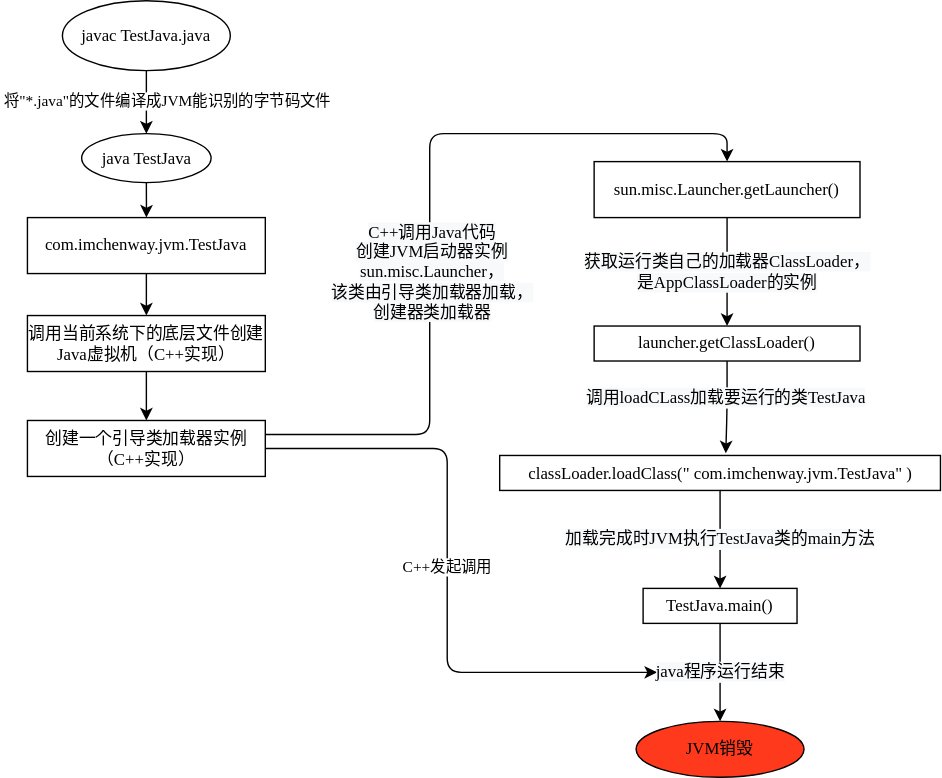
Above: private/javaCli.drawio.svg in imchenway/imchenway.github.io (draw.io), before the change. Source tidied: cells renumbered, new cells last; positions are measured from the earlier drawing's top-left corner, leaving out a move shared by most shapes.
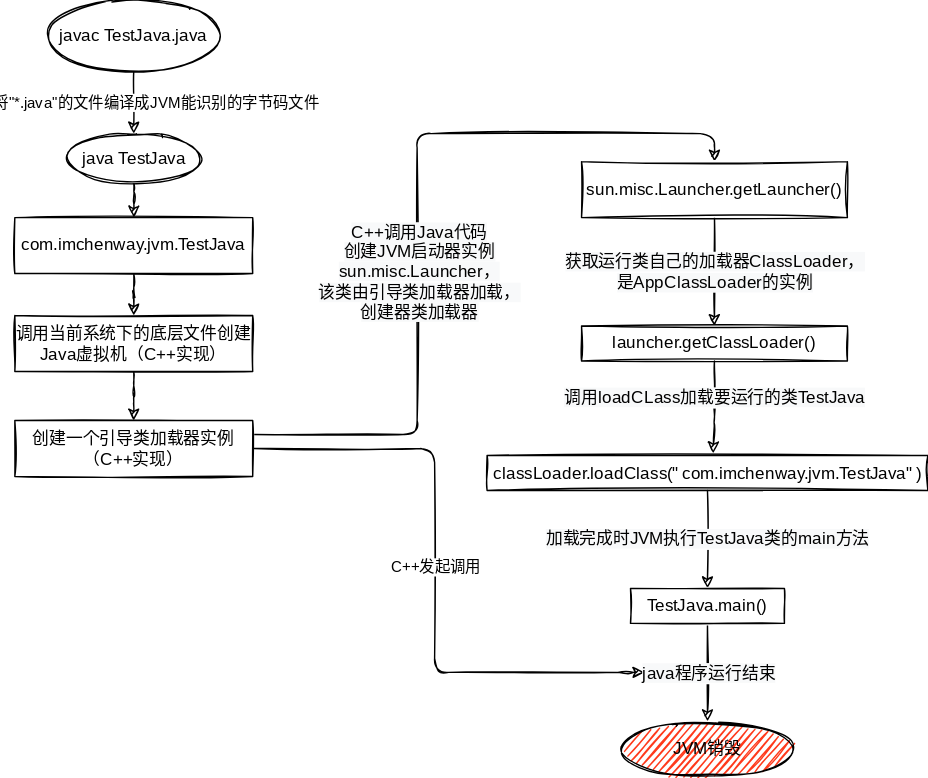
After the change.

Change to the diagram source:
```diff
@@ -2,19 +2,19 @@
   <root>
     <mxCell id="0" />
     <mxCell id="1" parent="0" />
-    <mxCell id="2" style="edgeStyle=orthogonalEdgeStyle;curved=0;rounded=1;jettySize=auto;html=1;entryX=0.5;entryY=0;entryDx=0;entryDy=0;" parent="1" edge="1" source="3" target="5">
+    <mxCell id="2" style="edgeStyle=orthogonalEdgeStyle;curved=0;rounded=1;jettySize=auto;html=1;entryX=0.5;entryY=0;entryDx=0;entryDy=0;sketch=1;fontFamily=ZCOOL KuaiLe;fontSource=https%3A%2F%2Ffonts.googleapis.com%2Fcss%3Ffamily%3DZCOOL%2BKuaiLe;" parent="1" edge="1" source="3" target="5">
       <mxGeometry relative="1" as="geometry" />
     </mxCell>
-    <mxCell id="3" value="&lt;font face=&quot;Comic Sans MS&quot;&gt;com.imchenway.jvm.TestJava&lt;/font&gt;" style="rounded=0;whiteSpace=wrap;html=1;" parent="1" vertex="1">
+    <mxCell id="3" value="&lt;font&gt;com.imchenway.jvm.TestJava&lt;/font&gt;" style="rounded=0;whiteSpace=wrap;html=1;sketch=1;fontFamily=ZCOOL KuaiLe;fontSource=https%3A%2F%2Ffonts.googleapis.com%2Fcss%3Ffamily%3DZCOOL%2BKuaiLe;" parent="1" vertex="1">
       <mxGeometry y="155" width="170" height="40" as="geometry" />
     </mxCell>
-    <mxCell id="4" style="edgeStyle=orthogonalEdgeStyle;curved=0;rounded=1;jettySize=auto;html=1;" parent="1" edge="1" source="5" target="10">
+    <mxCell id="4" style="edgeStyle=orthogonalEdgeStyle;curved=0;rounded=1;jettySize=auto;html=1;sketch=1;fontFamily=ZCOOL KuaiLe;fontSource=https%3A%2F%2Ffonts.googleapis.com%2Fcss%3Ffamily%3DZCOOL%2BKuaiLe;" parent="1" edge="1" source="5" target="10">
       <mxGeometry relative="1" as="geometry" />
     </mxCell>
-    <mxCell id="5" value="&lt;font face=&quot;Comic Sans MS&quot;&gt;调用当前系统下的底层文件创建Java虚拟机（C++实现）&lt;/font&gt;" style="rounded=0;whiteSpace=wrap;html=1;" parent="1" vertex="1">
+    <mxCell id="5" value="&lt;font&gt;调用当前系统下的底层文件创建Java虚拟机（C++实现）&lt;/font&gt;" style="rounded=0;whiteSpace=wrap;html=1;sketch=1;fontFamily=ZCOOL KuaiLe;fontSource=https%3A%2F%2Ffonts.googleapis.com%2Fcss%3Ffamily%3DZCOOL%2BKuaiLe;" parent="1" vertex="1">
       <mxGeometry y="225" width="170" height="40" as="geometry" />
     </mxCell>
-    <mxCell id="6" style="edgeStyle=orthogonalEdgeStyle;curved=0;rounded=1;jettySize=auto;html=1;" parent="1" edge="1" source="10">
+    <mxCell id="6" style="edgeStyle=orthogonalEdgeStyle;curved=0;rounded=1;jettySize=auto;html=1;sketch=1;fontFamily=ZCOOL KuaiLe;fontSource=https%3A%2F%2Ffonts.googleapis.com%2Fcss%3Ffamily%3DZCOOL%2BKuaiLe;" parent="1" edge="1" source="10">
       <mxGeometry relative="1" as="geometry">
         <mxPoint x="450" y="480" as="targetPoint" />
         <Array as="points">
@@ -24,71 +24,71 @@
         </Array>
       </mxGeometry>
     </mxCell>
-    <mxCell id="7" value="&lt;font face=&quot;Comic Sans MS&quot;&gt;C++发起调用&lt;/font&gt;" style="edgeLabel;html=1;align=center;verticalAlign=middle;" parent="6" vertex="1">
+    <mxCell id="7" value="&lt;font&gt;C++发起调用&lt;/font&gt;" style="edgeLabel;html=1;align=center;verticalAlign=middle;sketch=1;fontFamily=ZCOOL KuaiLe;fontSource=https%3A%2F%2Ffonts.googleapis.com%2Fcss%3Ffamily%3DZCOOL%2BKuaiLe;" parent="6" vertex="1">
       <mxGeometry x="-0.03" relative="1" as="geometry" />
     </mxCell>
-    <mxCell id="8" value="&lt;span style=&quot;font-family: &amp;#34;comic sans ms&amp;#34; ; font-size: 12px ; background-color: rgb(248 , 249 , 250)&quot;&gt;&lt;br&gt;&lt;/span&gt;" style="edgeStyle=orthogonalEdgeStyle;curved=0;rounded=1;jettySize=auto;html=1;exitX=1;exitY=0.25;exitDx=0;exitDy=0;entryX=0.5;entryY=0;entryDx=0;entryDy=0;" parent="1" edge="1" source="10" target="12">
+    <mxCell id="8" value="&lt;span style=&quot;font-size: 12px; background-color: rgb(248, 249, 250);&quot;&gt;&lt;br&gt;&lt;/span&gt;" style="edgeStyle=orthogonalEdgeStyle;curved=0;rounded=1;jettySize=auto;html=1;exitX=1;exitY=0.25;exitDx=0;exitDy=0;entryX=0.5;entryY=0;entryDx=0;entryDy=0;sketch=1;fontFamily=ZCOOL KuaiLe;fontSource=https%3A%2F%2Ffonts.googleapis.com%2Fcss%3Ffamily%3DZCOOL%2BKuaiLe;" parent="1" edge="1" source="10" target="12">
       <mxGeometry relative="1" as="geometry" />
     </mxCell>
-    <mxCell id="9" value="&lt;span style=&quot;font-family: &amp;#34;comic sans ms&amp;#34; ; font-size: 12px ; background-color: rgb(248 , 249 , 250)&quot;&gt;C++调用Java代码&lt;/span&gt;&lt;br style=&quot;font-family: &amp;#34;comic sans ms&amp;#34; ; font-size: 12px&quot;&gt;&lt;span style=&quot;font-family: &amp;#34;comic sans ms&amp;#34; ; font-size: 12px ; background-color: rgb(248 , 249 , 250)&quot;&gt;创建JVM启动器实例&lt;/span&gt;&lt;br style=&quot;font-family: &amp;#34;comic sans ms&amp;#34; ; font-size: 12px&quot;&gt;&lt;span style=&quot;font-family: &amp;#34;comic sans ms&amp;#34; ; font-size: 12px ; background-color: rgb(248 , 249 , 250)&quot;&gt;sun.misc.Launcher，&lt;/span&gt;&lt;br style=&quot;font-family: &amp;#34;comic sans ms&amp;#34; ; font-size: 12px&quot;&gt;&lt;span style=&quot;font-family: &amp;#34;comic sans ms&amp;#34; ; font-size: 12px ; background-color: rgb(248 , 249 , 250)&quot;&gt;该类由引导类加载器加载，&lt;/span&gt;&lt;br style=&quot;font-family: &amp;#34;comic sans ms&amp;#34; ; font-size: 12px&quot;&gt;&lt;span style=&quot;font-family: &amp;#34;comic sans ms&amp;#34; ; font-size: 12px ; background-color: rgb(248 , 249 , 250)&quot;&gt;创建器类加载器&lt;/span&gt;" style="edgeLabel;html=1;align=center;verticalAlign=middle;" parent="8" vertex="1">
+    <mxCell id="9" value="&lt;span style=&quot;font-size: 12px; background-color: rgb(248, 249, 250);&quot;&gt;C++调用Java代码&lt;/span&gt;&lt;br style=&quot;font-size: 12px;&quot;&gt;&lt;span style=&quot;font-size: 12px; background-color: rgb(248, 249, 250);&quot;&gt;创建JVM启动器实例&lt;/span&gt;&lt;br style=&quot;font-size: 12px;&quot;&gt;&lt;span style=&quot;font-size: 12px; background-color: rgb(248, 249, 250);&quot;&gt;sun.misc.Launcher，&lt;/span&gt;&lt;br style=&quot;font-size: 12px;&quot;&gt;&lt;span style=&quot;font-size: 12px; background-color: rgb(248, 249, 250);&quot;&gt;该类由引导类加载器加载，&lt;/span&gt;&lt;br style=&quot;font-size: 12px;&quot;&gt;&lt;span style=&quot;font-size: 12px; background-color: rgb(248, 249, 250);&quot;&gt;创建器类加载器&lt;/span&gt;" style="edgeLabel;html=1;align=center;verticalAlign=middle;sketch=1;fontFamily=ZCOOL KuaiLe;fontSource=https%3A%2F%2Ffonts.googleapis.com%2Fcss%3Ffamily%3DZCOOL%2BKuaiLe;" parent="8" vertex="1">
       <mxGeometry x="-0.17" y="-1" relative="1" as="geometry" />
     </mxCell>
-    <mxCell id="10" value="&lt;font face=&quot;Comic Sans MS&quot;&gt;创建一个引导类加载器实例（C++实现）&lt;/font&gt;" style="rounded=0;whiteSpace=wrap;html=1;" parent="1" vertex="1">
+    <mxCell id="10" value="&lt;font&gt;创建一个引导类加载器实例（C++实现）&lt;/font&gt;" style="rounded=0;whiteSpace=wrap;html=1;sketch=1;fontFamily=ZCOOL KuaiLe;fontSource=https%3A%2F%2Ffonts.googleapis.com%2Fcss%3Ffamily%3DZCOOL%2BKuaiLe;" parent="1" vertex="1">
       <mxGeometry y="300" width="170" height="40" as="geometry" />
     </mxCell>
-    <mxCell id="11" value="&lt;span style=&quot;font-family: &amp;#34;comic sans ms&amp;#34; ; font-size: 12px ; background-color: rgb(248 , 249 , 250)&quot;&gt;获取运行类自己的加载器ClassLoader，&lt;/span&gt;&lt;br style=&quot;font-family: &amp;#34;comic sans ms&amp;#34; ; font-size: 12px ; background-color: rgb(248 , 249 , 250)&quot;&gt;&lt;span style=&quot;font-family: &amp;#34;comic sans ms&amp;#34; ; font-size: 12px ; background-color: rgb(248 , 249 , 250)&quot;&gt;是AppClassLoader的实例&lt;/span&gt;" style="edgeStyle=orthogonalEdgeStyle;curved=0;rounded=1;jettySize=auto;html=1;exitX=0.5;exitY=1;exitDx=0;exitDy=0;entryX=0.5;entryY=0;entryDx=0;entryDy=0;" parent="1" edge="1" source="12" target="15">
+    <mxCell id="11" value="&lt;span style=&quot;font-size: 12px; background-color: rgb(248, 249, 250);&quot;&gt;获取运行类自己的加载器ClassLoader，&lt;/span&gt;&lt;br style=&quot;font-size: 12px; background-color: rgb(248, 249, 250);&quot;&gt;&lt;span style=&quot;font-size: 12px; background-color: rgb(248, 249, 250);&quot;&gt;是AppClassLoader的实例&lt;/span&gt;" style="edgeStyle=orthogonalEdgeStyle;curved=0;rounded=1;jettySize=auto;html=1;exitX=0.5;exitY=1;exitDx=0;exitDy=0;entryX=0.5;entryY=0;entryDx=0;entryDy=0;sketch=1;fontFamily=ZCOOL KuaiLe;fontSource=https%3A%2F%2Ffonts.googleapis.com%2Fcss%3Ffamily%3DZCOOL%2BKuaiLe;" parent="1" edge="1" source="12" target="15">
       <mxGeometry relative="1" as="geometry" />
     </mxCell>
-    <mxCell id="12" value="&lt;font face=&quot;Comic Sans MS&quot;&gt;sun.misc.Launcher.getLauncher()&lt;/font&gt;" style="rounded=0;whiteSpace=wrap;html=1;" parent="1" vertex="1">
+    <mxCell id="12" value="&lt;font&gt;sun.misc.Launcher.getLauncher()&lt;/font&gt;" style="rounded=0;whiteSpace=wrap;html=1;sketch=1;fontFamily=ZCOOL KuaiLe;fontSource=https%3A%2F%2Ffonts.googleapis.com%2Fcss%3Ffamily%3DZCOOL%2BKuaiLe;" parent="1" vertex="1">
       <mxGeometry x="405" y="115" width="190" height="40" as="geometry" />
     </mxCell>
-    <mxCell id="13" style="edgeStyle=orthogonalEdgeStyle;curved=0;rounded=1;jettySize=auto;html=1;exitX=0.5;exitY=1;exitDx=0;exitDy=0;entryX=0.513;entryY=-0.062;entryDx=0;entryDy=0;entryPerimeter=0;" parent="1" edge="1" source="15" target="17">
+    <mxCell id="13" style="edgeStyle=orthogonalEdgeStyle;curved=0;rounded=1;jettySize=auto;html=1;exitX=0.5;exitY=1;exitDx=0;exitDy=0;entryX=0.513;entryY=-0.062;entryDx=0;entryDy=0;entryPerimeter=0;sketch=1;fontFamily=ZCOOL KuaiLe;fontSource=https%3A%2F%2Ffonts.googleapis.com%2Fcss%3Ffamily%3DZCOOL%2BKuaiLe;" parent="1" edge="1" source="15" target="17">
       <mxGeometry relative="1" as="geometry" />
     </mxCell>
-    <mxCell id="14" value="&lt;span style=&quot;font-family: &amp;#34;comic sans ms&amp;#34; ; font-size: 12px ; background-color: rgb(248 , 249 , 250)&quot;&gt;调用loadCLass加载要运行的类TestJava&lt;/span&gt;" style="edgeLabel;html=1;align=center;verticalAlign=middle;" parent="13" vertex="1">
+    <mxCell id="14" value="&lt;span style=&quot;font-size: 12px; background-color: rgb(248, 249, 250);&quot;&gt;调用loadCLass加载要运行的类TestJava&lt;/span&gt;" style="edgeLabel;html=1;align=center;verticalAlign=middle;sketch=1;fontFamily=ZCOOL KuaiLe;fontSource=https%3A%2F%2Ffonts.googleapis.com%2Fcss%3Ffamily%3DZCOOL%2BKuaiLe;" parent="13" vertex="1">
       <mxGeometry x="-0.22" y="-1" relative="1" as="geometry" />
     </mxCell>
-    <mxCell id="15" value="&lt;font face=&quot;Comic Sans MS&quot;&gt;launcher.getClassLoader()&lt;/font&gt;" style="rounded=0;whiteSpace=wrap;html=1;" parent="1" vertex="1">
+    <mxCell id="15" value="&lt;font&gt;launcher.getClassLoader()&lt;/font&gt;" style="rounded=0;whiteSpace=wrap;html=1;sketch=1;fontFamily=ZCOOL KuaiLe;fontSource=https%3A%2F%2Ffonts.googleapis.com%2Fcss%3Ffamily%3DZCOOL%2BKuaiLe;" parent="1" vertex="1">
       <mxGeometry x="405" y="232.5" width="190" height="25" as="geometry" />
     </mxCell>
-    <mxCell id="16" value="&lt;span style=&quot;font-family: &amp;#34;comic sans ms&amp;#34; ; font-size: 12px ; background-color: rgb(248 , 249 , 250)&quot;&gt;加载完成时JVM执行TestJava类的main方法&lt;/span&gt;" style="edgeStyle=orthogonalEdgeStyle;curved=0;rounded=1;jettySize=auto;html=1;entryX=0.5;entryY=0;entryDx=0;entryDy=0;" parent="1" edge="1" source="17" target="21">
+    <mxCell id="16" value="&lt;span style=&quot;font-size: 12px; background-color: rgb(248, 249, 250);&quot;&gt;加载完成时JVM执行TestJava类的main方法&lt;/span&gt;" style="edgeStyle=orthogonalEdgeStyle;curved=0;rounded=1;jettySize=auto;html=1;entryX=0.5;entryY=0;entryDx=0;entryDy=0;sketch=1;fontFamily=ZCOOL KuaiLe;fontSource=https%3A%2F%2Ffonts.googleapis.com%2Fcss%3Ffamily%3DZCOOL%2BKuaiLe;" parent="1" edge="1" source="17" target="21">
       <mxGeometry relative="1" as="geometry" />
     </mxCell>
-    <mxCell id="17" value="&lt;font face=&quot;Comic Sans MS&quot;&gt;classLoader.loadClass(&quot;&lt;/font&gt;&lt;span style=&quot;font-family: &amp;#34;comic sans ms&amp;#34;&quot;&gt;com.imchenway.jvm.TestJava&quot;&lt;/span&gt;&lt;font face=&quot;Comic Sans MS&quot;&gt;)&lt;/font&gt;" style="rounded=0;whiteSpace=wrap;html=1;" parent="1" vertex="1">
+    <mxCell id="17" value="&lt;font&gt;classLoader.loadClass(&quot;&lt;/font&gt;&lt;span style=&quot;&quot;&gt;com.imchenway.jvm.TestJava&quot;&lt;/span&gt;&lt;font&gt;)&lt;/font&gt;" style="rounded=0;whiteSpace=wrap;html=1;sketch=1;fontFamily=ZCOOL KuaiLe;fontSource=https%3A%2F%2Ffonts.googleapis.com%2Fcss%3Ffamily%3DZCOOL%2BKuaiLe;" parent="1" vertex="1">
       <mxGeometry x="337.5" y="325" width="315" height="25" as="geometry" />
     </mxCell>
-    <mxCell id="18" style="edgeStyle=orthogonalEdgeStyle;curved=0;rounded=1;orthogonalLoop=1;jettySize=auto;html=1;exitX=0.5;exitY=1;exitDx=0;exitDy=0;" parent="1" edge="1" source="15" target="15">
+    <mxCell id="18" style="edgeStyle=orthogonalEdgeStyle;curved=0;rounded=1;orthogonalLoop=1;jettySize=auto;html=1;exitX=0.5;exitY=1;exitDx=0;exitDy=0;sketch=1;fontFamily=ZCOOL KuaiLe;fontSource=https%3A%2F%2Ffonts.googleapis.com%2Fcss%3Ffamily%3DZCOOL%2BKuaiLe;" parent="1" edge="1" source="15" target="15">
       <mxGeometry relative="1" as="geometry" />
     </mxCell>
-    <mxCell id="19" style="edgeStyle=orthogonalEdgeStyle;curved=0;rounded=1;jettySize=auto;html=1;entryX=0.5;entryY=0;entryDx=0;entryDy=0;" parent="1" edge="1" source="21" target="22">
+    <mxCell id="19" style="edgeStyle=orthogonalEdgeStyle;curved=0;rounded=1;jettySize=auto;html=1;entryX=0.5;entryY=0;entryDx=0;entryDy=0;sketch=1;fontFamily=ZCOOL KuaiLe;fontSource=https%3A%2F%2Ffonts.googleapis.com%2Fcss%3Ffamily%3DZCOOL%2BKuaiLe;" parent="1" edge="1" source="21" target="22">
       <mxGeometry relative="1" as="geometry" />
     </mxCell>
-    <mxCell id="20" value="&lt;span style=&quot;font-family: &amp;#34;comic sans ms&amp;#34; ; font-size: 12px ; background-color: rgb(248 , 249 , 250)&quot;&gt;java程序运行结束&lt;/span&gt;" style="edgeLabel;html=1;align=center;verticalAlign=middle;" parent="19" vertex="1">
+    <mxCell id="20" value="&lt;span style=&quot;font-size: 12px; background-color: rgb(248, 249, 250);&quot;&gt;java程序运行结束&lt;/span&gt;" style="edgeLabel;html=1;align=center;verticalAlign=middle;sketch=1;fontFamily=ZCOOL KuaiLe;fontSource=https%3A%2F%2Ffonts.googleapis.com%2Fcss%3Ffamily%3DZCOOL%2BKuaiLe;" parent="19" vertex="1">
       <mxGeometry x="-0.19" y="1" relative="1" as="geometry">
         <mxPoint x="-1" y="7" as="offset" />
       </mxGeometry>
     </mxCell>
-    <mxCell id="21" value="&lt;font face=&quot;Comic Sans MS&quot;&gt;TestJava.main()&lt;/font&gt;" style="whiteSpace=wrap;html=1;rounded=0;" parent="1" vertex="1">
+    <mxCell id="21" value="&lt;font&gt;TestJava.main()&lt;/font&gt;" style="whiteSpace=wrap;html=1;rounded=0;sketch=1;fontFamily=ZCOOL KuaiLe;fontSource=https%3A%2F%2Ffonts.googleapis.com%2Fcss%3Ffamily%3DZCOOL%2BKuaiLe;" parent="1" vertex="1">
       <mxGeometry x="440" y="420" width="110" height="25" as="geometry" />
     </mxCell>
-    <mxCell id="22" value="&lt;font face=&quot;Comic Sans MS&quot;&gt;JVM销毁&lt;/font&gt;" style="ellipse;whiteSpace=wrap;html=1;rounded=0;fillColor=#FF3A1C;" parent="1" vertex="1">
+    <mxCell id="22" value="&lt;font&gt;JVM销毁&lt;/font&gt;" style="ellipse;whiteSpace=wrap;html=1;rounded=0;fillColor=#FF3A1C;sketch=1;fontFamily=ZCOOL KuaiLe;fontSource=https%3A%2F%2Ffonts.googleapis.com%2Fcss%3Ffamily%3DZCOOL%2BKuaiLe;" parent="1" vertex="1">
       <mxGeometry x="435" y="515" width="120" height="40" as="geometry" />
     </mxCell>
-    <mxCell id="23" style="edgeStyle=orthogonalEdgeStyle;curved=0;rounded=1;jettySize=auto;html=1;entryX=0.5;entryY=0;entryDx=0;entryDy=0;" parent="1" edge="1" source="24" target="3">
+    <mxCell id="23" style="edgeStyle=orthogonalEdgeStyle;curved=0;rounded=1;jettySize=auto;html=1;entryX=0.5;entryY=0;entryDx=0;entryDy=0;sketch=1;fontFamily=ZCOOL KuaiLe;fontSource=https%3A%2F%2Ffonts.googleapis.com%2Fcss%3Ffamily%3DZCOOL%2BKuaiLe;" parent="1" edge="1" source="24" target="3">
       <mxGeometry relative="1" as="geometry" />
     </mxCell>
-    <mxCell id="24" value="&lt;span style=&quot;font-family: &amp;#34;comic sans ms&amp;#34;&quot;&gt;java TestJava&lt;/span&gt;" style="ellipse;whiteSpace=wrap;html=1;rounded=0;shadow=0;" parent="1" vertex="1">
+    <mxCell id="24" value="&lt;span style=&quot;&quot;&gt;java TestJava&lt;/span&gt;" style="ellipse;whiteSpace=wrap;html=1;rounded=0;shadow=0;sketch=1;fontFamily=ZCOOL KuaiLe;fontSource=https%3A%2F%2Ffonts.googleapis.com%2Fcss%3Ffamily%3DZCOOL%2BKuaiLe;" parent="1" vertex="1">
       <mxGeometry x="38.8" y="95" width="92.5" height="35" as="geometry" />
     </mxCell>
-    <mxCell id="25" style="edgeStyle=orthogonalEdgeStyle;curved=0;rounded=1;jettySize=auto;html=1;entryX=0.5;entryY=0;entryDx=0;entryDy=0;" parent="1" edge="1" source="27" target="24">
+    <mxCell id="25" style="edgeStyle=orthogonalEdgeStyle;curved=0;rounded=1;jettySize=auto;html=1;entryX=0.5;entryY=0;entryDx=0;entryDy=0;sketch=1;fontFamily=ZCOOL KuaiLe;fontSource=https%3A%2F%2Ffonts.googleapis.com%2Fcss%3Ffamily%3DZCOOL%2BKuaiLe;" parent="1" edge="1" source="27" target="24">
       <mxGeometry relative="1" as="geometry" />
     </mxCell>
-    <mxCell id="26" value="&lt;font face=&quot;Comic Sans MS&quot;&gt;将&quot;*.java&quot;的文件编译成JVM能识别的字节码文件&lt;/font&gt;" style="edgeLabel;html=1;align=center;verticalAlign=middle;" parent="25" vertex="1">
+    <mxCell id="26" value="&lt;font&gt;将&quot;*.java&quot;的文件编译成JVM能识别的字节码文件&lt;/font&gt;" style="edgeLabel;html=1;align=center;verticalAlign=middle;sketch=1;fontFamily=ZCOOL KuaiLe;fontSource=https%3A%2F%2Ffonts.googleapis.com%2Fcss%3Ffamily%3DZCOOL%2BKuaiLe;" parent="25" vertex="1">
       <mxGeometry x="-0.04" relative="1" as="geometry">
         <mxPoint x="15" as="offset" />
       </mxGeometry>
     </mxCell>
-    <mxCell id="27" value="&lt;font face=&quot;Comic Sans MS&quot;&gt;javac TestJava.java&lt;/font&gt;" style="ellipse;whiteSpace=wrap;html=1;rounded=0;shadow=0;" parent="1" vertex="1">
+    <mxCell id="27" value="&lt;font&gt;javac TestJava.java&lt;/font&gt;" style="ellipse;whiteSpace=wrap;html=1;rounded=0;shadow=0;sketch=1;fontFamily=ZCOOL KuaiLe;fontSource=https%3A%2F%2Ffonts.googleapis.com%2Fcss%3Ffamily%3DZCOOL%2BKuaiLe;" parent="1" vertex="1">
       <mxGeometry x="25" width="120" height="50" as="geometry" />
     </mxCell>
   </root>
```
